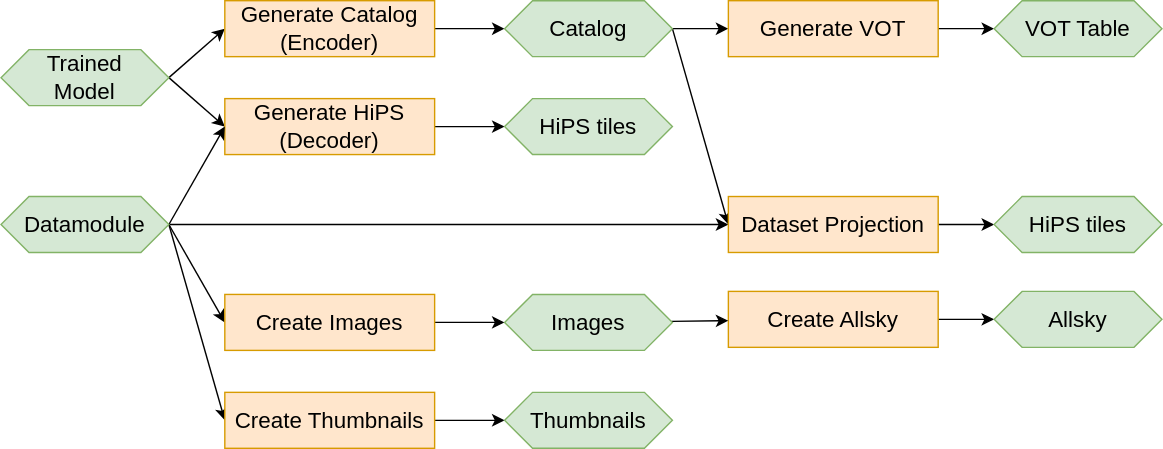
This is images/HiPSter.drawio.svg from BerndDoser/SPACE_CoE_Training_2024_05_07, a draw.io export, as it was before one commit. Source tidied: cells renumbered, new cells last; positions are measured from the earlier drawing's top-left corner, leaving out a move shared by most shapes. Its diagram source:
```xml
<mxGraphModel>
  <root>
    <mxCell id="0" />
    <mxCell id="1" parent="0" />
    <mxCell id="2" style="rounded=0;jettySize=auto;html=1;exitX=1;exitY=0.5;exitDx=0;exitDy=0;entryX=0;entryY=0.5;entryDx=0;entryDy=0;" parent="1" edge="1" source="4" target="14">
      <mxGeometry relative="1" as="geometry" />
    </mxCell>
    <mxCell id="3" style="rounded=0;jettySize=auto;html=1;exitX=1;exitY=0.5;exitDx=0;exitDy=0;entryX=0;entryY=0.5;entryDx=0;entryDy=0;" parent="1" edge="1" source="4" target="6">
      <mxGeometry relative="1" as="geometry" />
    </mxCell>
    <mxCell id="4" value="&lt;font style=&quot;font-size: 16px;&quot;&gt;Trained&lt;/font&gt;&lt;div&gt;&lt;font style=&quot;font-size: 16px;&quot;&gt;Model&lt;/font&gt;&lt;/div&gt;" style="shape=hexagon;perimeter=hexagonPerimeter2;whiteSpace=wrap;html=1;fixedSize=1;fillColor=#d5e8d4;strokeColor=#82b366;" parent="1" vertex="1">
      <mxGeometry y="35" width="120" height="40" as="geometry" />
    </mxCell>
    <mxCell id="5" style="edgeStyle=none;rounded=0;jettySize=auto;html=1;" parent="1" edge="1" source="6" target="12">
      <mxGeometry relative="1" as="geometry" />
    </mxCell>
    <mxCell id="6" value="Generate HiPS&lt;div&gt;(Decoder)&lt;/div&gt;" style="rounded=0;whiteSpace=wrap;html=1;fillColor=#ffe6cc;strokeColor=#d79b00;fontSize=16;" parent="1" vertex="1">
      <mxGeometry x="160" y="70" width="150" height="40" as="geometry" />
    </mxCell>
    <mxCell id="7" style="rounded=0;jettySize=auto;html=1;exitX=1;exitY=0.5;exitDx=0;exitDy=0;entryX=0;entryY=0.5;entryDx=0;entryDy=0;" parent="1" edge="1" source="11" target="6">
      <mxGeometry relative="1" as="geometry" />
    </mxCell>
    <mxCell id="8" style="edgeStyle=none;rounded=0;jettySize=auto;html=1;exitX=1;exitY=0.5;exitDx=0;exitDy=0;entryX=0;entryY=0.5;entryDx=0;entryDy=0;" parent="1" edge="1" source="11" target="23">
      <mxGeometry relative="1" as="geometry" />
    </mxCell>
    <mxCell id="9" style="edgeStyle=none;rounded=0;jettySize=auto;html=1;exitX=1;exitY=0.5;exitDx=0;exitDy=0;entryX=0;entryY=0.5;entryDx=0;entryDy=0;" parent="1" edge="1" source="11" target="21">
      <mxGeometry relative="1" as="geometry" />
    </mxCell>
    <mxCell id="10" style="edgeStyle=none;rounded=0;jettySize=auto;html=1;" parent="1" edge="1" source="11" target="32">
      <mxGeometry relative="1" as="geometry" />
    </mxCell>
    <mxCell id="11" value="&lt;span style=&quot;font-size: 16px;&quot;&gt;Datamodule&lt;/span&gt;" style="shape=hexagon;perimeter=hexagonPerimeter2;whiteSpace=wrap;html=1;fixedSize=1;fillColor=#d5e8d4;strokeColor=#82b366;" parent="1" vertex="1">
      <mxGeometry y="140" width="120" height="40" as="geometry" />
    </mxCell>
    <mxCell id="12" value="HiPS tiles" style="shape=hexagon;perimeter=hexagonPerimeter2;whiteSpace=wrap;html=1;fixedSize=1;fillColor=#d5e8d4;strokeColor=#82b366;fontSize=16;" parent="1" vertex="1">
      <mxGeometry x="360" y="70" width="120" height="40" as="geometry" />
    </mxCell>
    <mxCell id="13" style="edgeStyle=none;rounded=0;jettySize=auto;html=1;" parent="1" edge="1" source="14" target="17">
      <mxGeometry relative="1" as="geometry" />
    </mxCell>
    <mxCell id="14" value="Generate Catalog&lt;div&gt;(Encoder)&lt;/div&gt;" style="rounded=0;whiteSpace=wrap;html=1;fillColor=#ffe6cc;strokeColor=#d79b00;fontSize=16;" parent="1" vertex="1">
      <mxGeometry x="160" width="150" height="40" as="geometry" />
    </mxCell>
    <mxCell id="15" style="edgeStyle=none;rounded=0;jettySize=auto;html=1;" parent="1" edge="1" source="17" target="19">
      <mxGeometry relative="1" as="geometry" />
    </mxCell>
    <mxCell id="16" style="edgeStyle=none;rounded=0;jettySize=auto;html=1;exitX=1;exitY=0.5;exitDx=0;exitDy=0;entryX=0;entryY=0.5;entryDx=0;entryDy=0;" parent="1" edge="1" source="17" target="32">
      <mxGeometry relative="1" as="geometry" />
    </mxCell>
    <mxCell id="17" value="Catalog" style="shape=hexagon;perimeter=hexagonPerimeter2;whiteSpace=wrap;html=1;fixedSize=1;fillColor=#d5e8d4;strokeColor=#82b366;fontSize=16;" parent="1" vertex="1">
      <mxGeometry x="360" width="120" height="40" as="geometry" />
    </mxCell>
    <mxCell id="18" style="edgeStyle=none;rounded=0;jettySize=auto;html=1;" parent="1" edge="1" source="19" target="30">
      <mxGeometry relative="1" as="geometry" />
    </mxCell>
    <mxCell id="19" value="Generate VOT" style="rounded=0;whiteSpace=wrap;html=1;fillColor=#ffe6cc;strokeColor=#d79b00;fontSize=16;" parent="1" vertex="1">
      <mxGeometry x="520" width="150" height="40" as="geometry" />
    </mxCell>
    <mxCell id="20" style="edgeStyle=none;rounded=0;jettySize=auto;html=1;" parent="1" edge="1" source="21" target="27">
      <mxGeometry relative="1" as="geometry" />
    </mxCell>
    <mxCell id="21" value="Create Images" style="rounded=0;whiteSpace=wrap;html=1;fillColor=#ffe6cc;strokeColor=#d79b00;fontSize=16;" parent="1" vertex="1">
      <mxGeometry x="160" y="210" width="150" height="40" as="geometry" />
    </mxCell>
    <mxCell id="22" style="edgeStyle=none;rounded=0;jettySize=auto;html=1;" parent="1" edge="1" source="23" target="29">
      <mxGeometry relative="1" as="geometry" />
    </mxCell>
    <mxCell id="23" value="Create Thumbnails" style="rounded=0;whiteSpace=wrap;html=1;fillColor=#ffe6cc;strokeColor=#d79b00;fontSize=16;" parent="1" vertex="1">
      <mxGeometry x="160" y="280" width="150" height="40" as="geometry" />
    </mxCell>
    <mxCell id="24" style="edgeStyle=none;rounded=0;jettySize=auto;html=1;" parent="1" edge="1" source="25" target="28">
      <mxGeometry relative="1" as="geometry" />
    </mxCell>
    <mxCell id="25" value="Create Allsky" style="rounded=0;whiteSpace=wrap;html=1;fillColor=#ffe6cc;strokeColor=#d79b00;fontSize=16;" parent="1" vertex="1">
      <mxGeometry x="520" y="207.8" width="150" height="40" as="geometry" />
    </mxCell>
    <mxCell id="26" style="edgeStyle=none;rounded=0;jettySize=auto;html=1;" parent="1" edge="1" source="27" target="25">
      <mxGeometry relative="1" as="geometry" />
    </mxCell>
    <mxCell id="27" value="Images" style="shape=hexagon;perimeter=hexagonPerimeter2;whiteSpace=wrap;html=1;fixedSize=1;fillColor=#d5e8d4;strokeColor=#82b366;fontSize=16;" parent="1" vertex="1">
      <mxGeometry x="360" y="210" width="120" height="40" as="geometry" />
    </mxCell>
    <mxCell id="28" value="Allsky" style="shape=hexagon;perimeter=hexagonPerimeter2;whiteSpace=wrap;html=1;fixedSize=1;fillColor=#d5e8d4;strokeColor=#82b366;fontSize=16;" parent="1" vertex="1">
      <mxGeometry x="710" y="207.8" width="120" height="40" as="geometry" />
    </mxCell>
    <mxCell id="29" value="Thumbnails" style="shape=hexagon;perimeter=hexagonPerimeter2;whiteSpace=wrap;html=1;fixedSize=1;fillColor=#d5e8d4;strokeColor=#82b366;fontSize=16;" parent="1" vertex="1">
      <mxGeometry x="360" y="280" width="120" height="40" as="geometry" />
    </mxCell>
    <mxCell id="30" value="VOT Table" style="shape=hexagon;perimeter=hexagonPerimeter2;whiteSpace=wrap;html=1;fixedSize=1;fillColor=#d5e8d4;strokeColor=#82b366;fontSize=16;" parent="1" vertex="1">
      <mxGeometry x="710" width="120" height="40" as="geometry" />
    </mxCell>
    <mxCell id="31" style="edgeStyle=none;rounded=0;jettySize=auto;html=1;" parent="1" edge="1" source="32" target="33">
      <mxGeometry relative="1" as="geometry" />
    </mxCell>
    <mxCell id="32" value="Dataset Projection" style="rounded=0;whiteSpace=wrap;html=1;fillColor=#ffe6cc;strokeColor=#d79b00;fontSize=16;" parent="1" vertex="1">
      <mxGeometry x="520" y="140" width="150" height="40" as="geometry" />
    </mxCell>
    <mxCell id="33" value="HiPS tiles" style="shape=hexagon;perimeter=hexagonPerimeter2;whiteSpace=wrap;html=1;fixedSize=1;fillColor=#d5e8d4;strokeColor=#82b366;fontSize=16;" parent="1" vertex="1">
      <mxGeometry x="710" y="140" width="120" height="40" as="geometry" />
    </mxCell>
  </root>
</mxGraphModel>
```
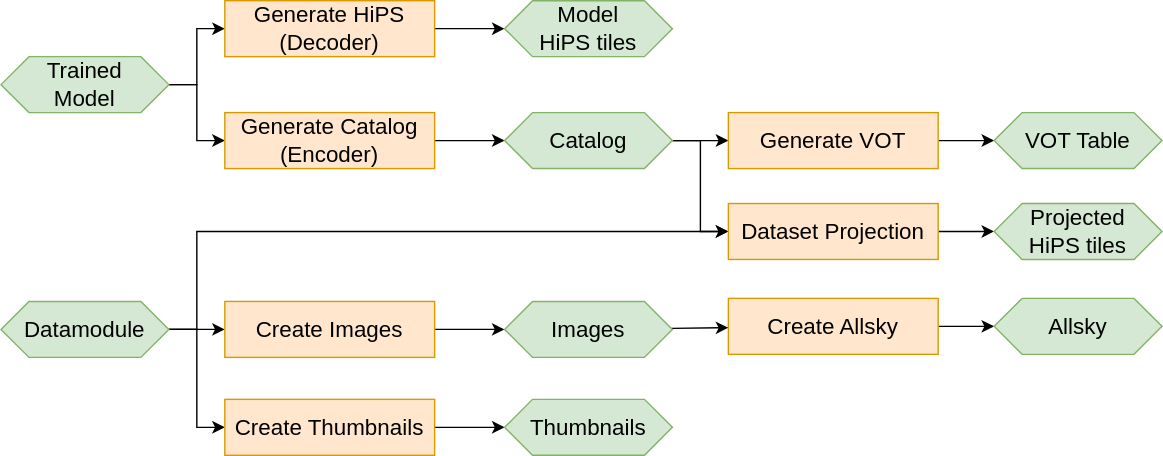
After the commit.

What changed in the source:
```diff
@@ -2,10 +2,10 @@
   <root>
     <mxCell id="0" />
     <mxCell id="1" parent="0" />
-    <mxCell id="2" style="rounded=0;jettySize=auto;html=1;exitX=1;exitY=0.5;exitDx=0;exitDy=0;entryX=0;entryY=0.5;entryDx=0;entryDy=0;" parent="1" edge="1" source="4" target="14">
+    <mxCell id="2" style="rounded=0;jettySize=auto;html=1;exitX=1;exitY=0.5;exitDx=0;exitDy=0;entryX=0;entryY=0.5;entryDx=0;entryDy=0;edgeStyle=orthogonalEdgeStyle;" parent="1" edge="1" source="4" target="14">
       <mxGeometry relative="1" as="geometry" />
     </mxCell>
-    <mxCell id="3" style="rounded=0;jettySize=auto;html=1;exitX=1;exitY=0.5;exitDx=0;exitDy=0;entryX=0;entryY=0.5;entryDx=0;entryDy=0;" parent="1" edge="1" source="4" target="6">
+    <mxCell id="3" style="rounded=0;jettySize=auto;html=1;exitX=1;exitY=0.5;exitDx=0;exitDy=0;entryX=0;entryY=0.5;entryDx=0;entryDy=0;edgeStyle=orthogonalEdgeStyle;" parent="1" edge="1" source="4" target="6">
       <mxGeometry relative="1" as="geometry" />
     </mxCell>
     <mxCell id="4" value="&lt;font style=&quot;font-size: 16px;&quot;&gt;Trained&lt;/font&gt;&lt;div&gt;&lt;font style=&quot;font-size: 16px;&quot;&gt;Model&lt;/font&gt;&lt;/div&gt;" style="shape=hexagon;perimeter=hexagonPerimeter2;whiteSpace=wrap;html=1;fixedSize=1;fillColor=#d5e8d4;strokeColor=#82b366;" parent="1" vertex="1">
@@ -15,46 +15,48 @@
       <mxGeometry relative="1" as="geometry" />
     </mxCell>
     <mxCell id="6" value="Generate HiPS&lt;div&gt;(Decoder)&lt;/div&gt;" style="rounded=0;whiteSpace=wrap;html=1;fillColor=#ffe6cc;strokeColor=#d79b00;fontSize=16;" parent="1" vertex="1">
-      <mxGeometry x="160" y="70" width="150" height="40" as="geometry" />
+      <mxGeometry x="160" y="-5" width="150" height="40" as="geometry" />
     </mxCell>
-    <mxCell id="7" style="rounded=0;jettySize=auto;html=1;exitX=1;exitY=0.5;exitDx=0;exitDy=0;entryX=0;entryY=0.5;entryDx=0;entryDy=0;" parent="1" edge="1" source="11" target="6">
-      <mxGeometry relative="1" as="geometry" />
-    </mxCell>
-    <mxCell id="8" style="edgeStyle=none;rounded=0;jettySize=auto;html=1;exitX=1;exitY=0.5;exitDx=0;exitDy=0;entryX=0;entryY=0.5;entryDx=0;entryDy=0;" parent="1" edge="1" source="11" target="23">
+    <mxCell id="8" style="edgeStyle=orthogonalEdgeStyle;rounded=0;jettySize=auto;html=1;exitX=1;exitY=0.5;exitDx=0;exitDy=0;entryX=0;entryY=0.5;entryDx=0;entryDy=0;" parent="1" edge="1" source="11" target="23">
       <mxGeometry relative="1" as="geometry" />
     </mxCell>
+    <mxCell id="10" style="edgeStyle=orthogonalEdgeStyle;rounded=0;jettySize=auto;html=1;exitX=1;exitY=0.5;exitDx=0;exitDy=0;entryX=0;entryY=0.5;entryDx=0;entryDy=0;" parent="1" edge="1" source="11" target="32">
+      <mxGeometry relative="1" as="geometry">
+        <Array as="points">
+          <mxPoint x="140" y="230" />
+          <mxPoint x="140" y="160" />
+        </Array>
+      </mxGeometry>
+    </mxCell>
-    <mxCell id="9" style="edgeStyle=none;rounded=0;jettySize=auto;html=1;exitX=1;exitY=0.5;exitDx=0;exitDy=0;entryX=0;entryY=0.5;entryDx=0;entryDy=0;" parent="1" edge="1" source="11" target="21">
+    <mxCell id="9" style="edgeStyle=orthogonalEdgeStyle;rounded=0;jettySize=auto;html=1;exitX=1;exitY=0.5;exitDx=0;exitDy=0;entryX=0;entryY=0.5;entryDx=0;entryDy=0;" parent="1" edge="1" source="11" target="21">
       <mxGeometry relative="1" as="geometry" />
     </mxCell>
-    <mxCell id="10" style="edgeStyle=none;rounded=0;jettySize=auto;html=1;" parent="1" edge="1" source="11" target="32">
-      <mxGeometry relative="1" as="geometry" />
-    </mxCell>
     <mxCell id="11" value="&lt;span style=&quot;font-size: 16px;&quot;&gt;Datamodule&lt;/span&gt;" style="shape=hexagon;perimeter=hexagonPerimeter2;whiteSpace=wrap;html=1;fixedSize=1;fillColor=#d5e8d4;strokeColor=#82b366;" parent="1" vertex="1">
-      <mxGeometry y="140" width="120" height="40" as="geometry" />
+      <mxGeometry y="210" width="120" height="40" as="geometry" />
     </mxCell>
-    <mxCell id="12" value="HiPS tiles" style="shape=hexagon;perimeter=hexagonPerimeter2;whiteSpace=wrap;html=1;fixedSize=1;fillColor=#d5e8d4;strokeColor=#82b366;fontSize=16;" parent="1" vertex="1">
-      <mxGeometry x="360" y="70" width="120" height="40" as="geometry" />
+    <mxCell id="12" value="Model&lt;div&gt;HiPS tiles&lt;/div&gt;" style="shape=hexagon;perimeter=hexagonPerimeter2;whiteSpace=wrap;html=1;fixedSize=1;fillColor=#d5e8d4;strokeColor=#82b366;fontSize=16;" parent="1" vertex="1">
+      <mxGeometry x="360" y="-5" width="120" height="40" as="geometry" />
     </mxCell>
     <mxCell id="13" style="edgeStyle=none;rounded=0;jettySize=auto;html=1;" parent="1" edge="1" source="14" target="17">
       <mxGeometry relative="1" as="geometry" />
     </mxCell>
     <mxCell id="14" value="Generate Catalog&lt;div&gt;(Encoder)&lt;/div&gt;" style="rounded=0;whiteSpace=wrap;html=1;fillColor=#ffe6cc;strokeColor=#d79b00;fontSize=16;" parent="1" vertex="1">
-      <mxGeometry x="160" width="150" height="40" as="geometry" />
+      <mxGeometry x="160" y="75" width="150" height="40" as="geometry" />
     </mxCell>
     <mxCell id="15" style="edgeStyle=none;rounded=0;jettySize=auto;html=1;" parent="1" edge="1" source="17" target="19">
       <mxGeometry relative="1" as="geometry" />
     </mxCell>
-    <mxCell id="16" style="edgeStyle=none;rounded=0;jettySize=auto;html=1;exitX=1;exitY=0.5;exitDx=0;exitDy=0;entryX=0;entryY=0.5;entryDx=0;entryDy=0;" parent="1" edge="1" source="17" target="32">
+    <mxCell id="16" style="edgeStyle=orthogonalEdgeStyle;rounded=0;jettySize=auto;html=1;exitX=1;exitY=0.5;exitDx=0;exitDy=0;entryX=0;entryY=0.5;entryDx=0;entryDy=0;" parent="1" edge="1" source="17" target="32">
       <mxGeometry relative="1" as="geometry" />
     </mxCell>
     <mxCell id="17" value="Catalog" style="shape=hexagon;perimeter=hexagonPerimeter2;whiteSpace=wrap;html=1;fixedSize=1;fillColor=#d5e8d4;strokeColor=#82b366;fontSize=16;" parent="1" vertex="1">
-      <mxGeometry x="360" width="120" height="40" as="geometry" />
+      <mxGeometry x="360" y="75" width="120" height="40" as="geometry" />
     </mxCell>
     <mxCell id="18" style="edgeStyle=none;rounded=0;jettySize=auto;html=1;" parent="1" edge="1" source="19" target="30">
       <mxGeometry relative="1" as="geometry" />
     </mxCell>
     <mxCell id="19" value="Generate VOT" style="rounded=0;whiteSpace=wrap;html=1;fillColor=#ffe6cc;strokeColor=#d79b00;fontSize=16;" parent="1" vertex="1">
-      <mxGeometry x="520" width="150" height="40" as="geometry" />
+      <mxGeometry x="520" y="75" width="150" height="40" as="geometry" />
     </mxCell>
     <mxCell id="20" style="edgeStyle=none;rounded=0;jettySize=auto;html=1;" parent="1" edge="1" source="21" target="27">
       <mxGeometry relative="1" as="geometry" />
@@ -87,7 +89,7 @@
       <mxGeometry x="360" y="280" width="120" height="40" as="geometry" />
     </mxCell>
     <mxCell id="30" value="VOT Table" style="shape=hexagon;perimeter=hexagonPerimeter2;whiteSpace=wrap;html=1;fixedSize=1;fillColor=#d5e8d4;strokeColor=#82b366;fontSize=16;" parent="1" vertex="1">
-      <mxGeometry x="710" width="120" height="40" as="geometry" />
+      <mxGeometry x="710" y="75" width="120" height="40" as="geometry" />
     </mxCell>
     <mxCell id="31" style="edgeStyle=none;rounded=0;jettySize=auto;html=1;" parent="1" edge="1" source="32" target="33">
       <mxGeometry relative="1" as="geometry" />
@@ -95,7 +97,7 @@
     <mxCell id="32" value="Dataset Projection" style="rounded=0;whiteSpace=wrap;html=1;fillColor=#ffe6cc;strokeColor=#d79b00;fontSize=16;" parent="1" vertex="1">
       <mxGeometry x="520" y="140" width="150" height="40" as="geometry" />
     </mxCell>
-    <mxCell id="33" value="HiPS tiles" style="shape=hexagon;perimeter=hexagonPerimeter2;whiteSpace=wrap;html=1;fixedSize=1;fillColor=#d5e8d4;strokeColor=#82b366;fontSize=16;" parent="1" vertex="1">
+    <mxCell id="33" value="Projected&lt;div&gt;HiPS tiles&lt;/div&gt;" style="shape=hexagon;perimeter=hexagonPerimeter2;whiteSpace=wrap;html=1;fixedSize=1;fillColor=#d5e8d4;strokeColor=#82b366;fontSize=16;" parent="1" vertex="1">
       <mxGeometry x="710" y="140" width="120" height="40" as="geometry" />
     </mxCell>
   </root>
```
